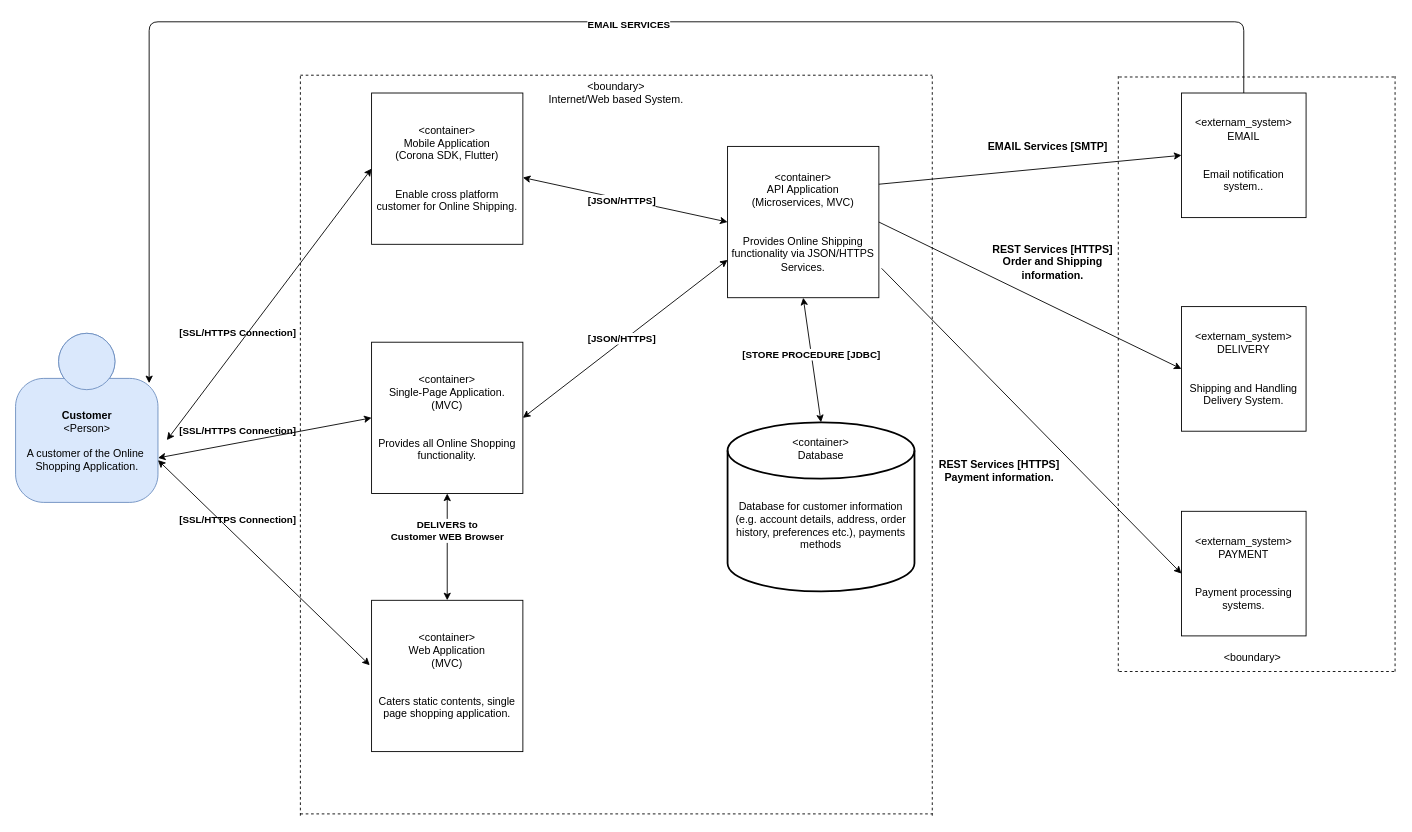
singhraju/DS keeps this draw.io diagram as project-final.drawio. Above is the earlier version. Source tidied: cells renumbered, new cells numbered last; positions are measured from the earlier drawing's top-left corner, leaving out a move shared by most shapes. Both pictures are drawn from the tidied source at 89%, with x=0, y=0 at pixel (15, 21).
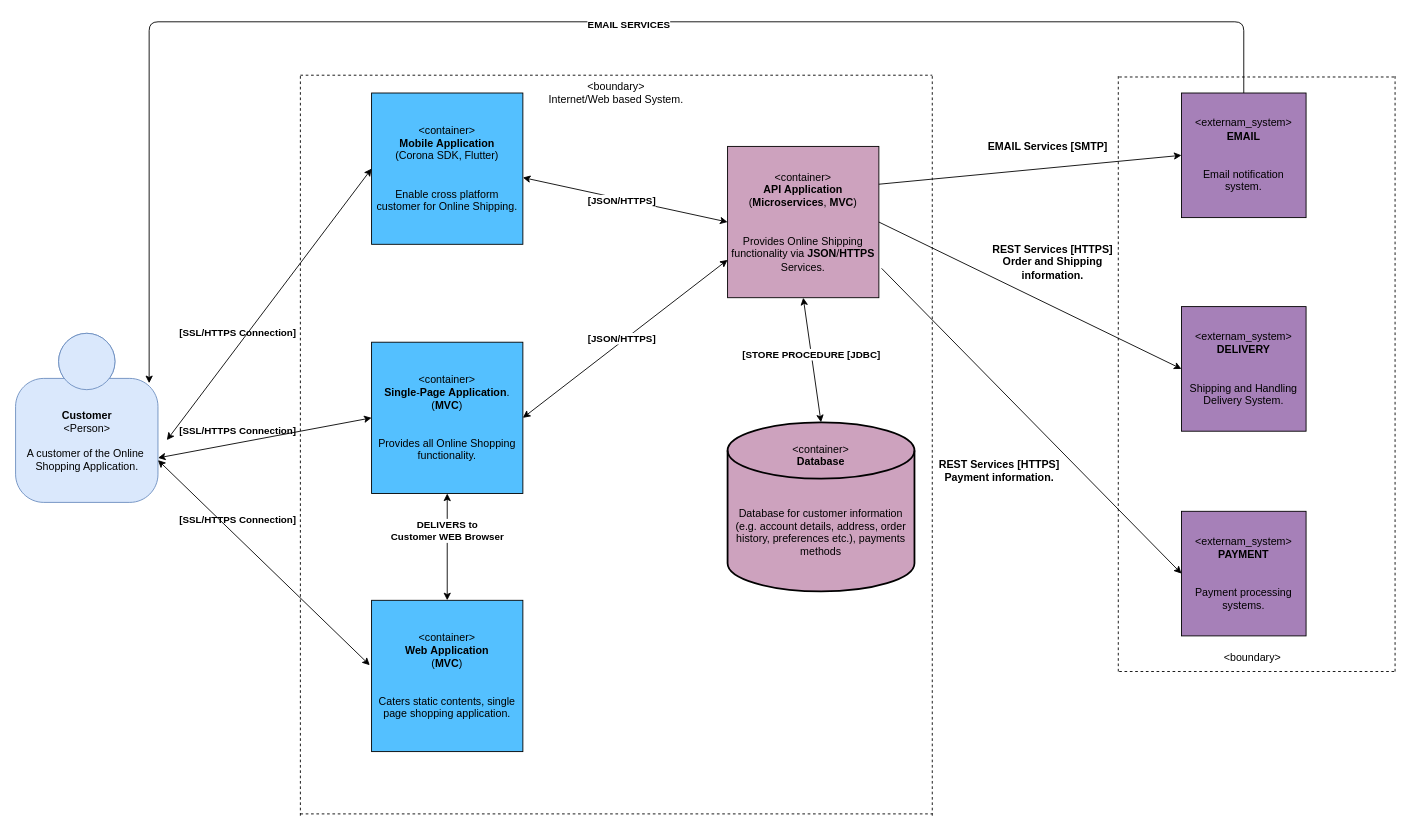
The same page after the edit.

Change to the diagram source:
```diff
@@
-    <mxCell id="3" value="&amp;lt;externam_system&amp;gt;&lt;br&gt;EMAIL&lt;br&gt;&lt;br&gt;&lt;br&gt;Email notification system.." style="whiteSpace=wrap;html=1;" parent="1" vertex="1">
+    <mxCell id="3" value="&amp;lt;externam_system&amp;gt;&lt;br&gt;&lt;b&gt;EMAIL&lt;/b&gt;&lt;br&gt;&lt;br&gt;&lt;br&gt;Email notification &lt;br&gt;system." style="whiteSpace=wrap;html=1;fillColor=#A680B8;" parent="1" vertex="1">
       <mxGeometry x="1310" y="80" width="140" height="140" as="geometry" />
     </mxCell>
-    <mxCell id="4" value="&amp;lt;externam_system&amp;gt;&lt;br&gt;DELIVERY&lt;br&gt;&lt;br&gt;&lt;br&gt;Shipping and Handling Delivery System." style="whiteSpace=wrap;html=1;" parent="1" vertex="1">
+    <mxCell id="4" value="&amp;lt;externam_system&amp;gt;&lt;br&gt;&lt;b&gt;DELIVERY&lt;/b&gt;&lt;br&gt;&lt;br&gt;&lt;br&gt;Shipping and Handling Delivery System." style="whiteSpace=wrap;html=1;fillColor=#A680B8;" parent="1" vertex="1">
       <mxGeometry x="1310" y="320" width="140" height="140" as="geometry" />
     </mxCell>
-    <mxCell id="5" value="&amp;lt;externam_system&amp;gt;&lt;br&gt;PAYMENT&lt;br&gt;&lt;br&gt;&lt;br&gt;Payment processing systems." style="whiteSpace=wrap;html=1;" parent="1" vertex="1">
+    <mxCell id="5" value="&amp;lt;externam_system&amp;gt;&lt;br&gt;&lt;b&gt;PAYMENT&lt;/b&gt;&lt;br&gt;&lt;br&gt;&lt;br&gt;Payment processing systems." style="whiteSpace=wrap;html=1;fillColor=#A680B8;" parent="1" vertex="1">
       <mxGeometry x="1310" y="550" width="140" height="140" as="geometry" />
     </mxCell>
-    <mxCell id="6" value="&amp;lt;container&amp;gt;&lt;br&gt;Web Application&lt;br&gt;(MVC)&lt;br&gt;&lt;br&gt;&lt;br&gt;Caters static contents, single page shopping application." style="whiteSpace=wrap;html=1;" parent="1" vertex="1">
+    <mxCell id="6" value="&amp;lt;container&amp;gt;&lt;br&gt;&lt;b&gt;Web&lt;/b&gt; &lt;b&gt;Application&lt;/b&gt;&lt;br&gt;(&lt;b&gt;MVC&lt;/b&gt;)&lt;br&gt;&lt;br&gt;&lt;br&gt;Caters static contents, single page shopping application." style="whiteSpace=wrap;html=1;fillColor=#54C0FF;" parent="1" vertex="1">
       <mxGeometry x="400" y="650" width="170" height="170" as="geometry" />
     </mxCell>
-    <mxCell id="7" value="&amp;lt;container&amp;gt;&lt;br&gt;Single-Page Application.&lt;br&gt;(MVC)&lt;br&gt;&lt;br&gt;&lt;br&gt;Provides all Online Shopping functionality." style="whiteSpace=wrap;html=1;" parent="1" vertex="1">
+    <mxCell id="7" value="&amp;lt;container&amp;gt;&lt;br&gt;&lt;b&gt;Single&lt;/b&gt;-&lt;b&gt;Page&lt;/b&gt; &lt;b&gt;Application&lt;/b&gt;.&lt;br&gt;(&lt;b&gt;MVC&lt;/b&gt;)&lt;br&gt;&lt;br&gt;&lt;br&gt;Provides all Online Shopping functionality." style="whiteSpace=wrap;html=1;fillColor=#54C0FF;" parent="1" vertex="1">
       <mxGeometry x="400" y="360" width="170" height="170" as="geometry" />
     </mxCell>
-    <mxCell id="8" value="&amp;lt;container&amp;gt;&lt;br&gt;Mobile Application&lt;br&gt;(Corona SDK, Flutter)&lt;br&gt;&lt;br&gt;&lt;br&gt;Enable cross platform customer for Online Shipping." style="whiteSpace=wrap;html=1;" parent="1" vertex="1">
+    <mxCell id="8" value="&amp;lt;container&amp;gt;&lt;br&gt;&lt;b&gt;Mobile&lt;/b&gt; &lt;b&gt;Application&lt;/b&gt;&lt;br&gt;(Corona SDK, Flutter)&lt;br&gt;&lt;br&gt;&lt;br&gt;Enable cross platform customer for Online Shipping." style="whiteSpace=wrap;html=1;fillColor=#54C0FF;" parent="1" vertex="1">
       <mxGeometry x="400" y="80" width="170" height="170" as="geometry" />
     </mxCell>
-    <mxCell id="9" value="&amp;lt;container&amp;gt;&lt;br&gt;Database&lt;br&gt;&lt;br&gt;&lt;br&gt;&lt;br&gt;Database for customer information (e.g. account details, address, order history, preferences etc.), payments methods&lt;br&gt;&lt;br&gt;&lt;br&gt;" style="strokeWidth=2;html=1;shape=mxgraph.flowchart.database;whiteSpace=wrap;" parent="1" vertex="1">
+    <mxCell id="9" value="&amp;lt;container&amp;gt;&lt;br&gt;&lt;b&gt;Database&lt;/b&gt;&lt;br&gt;&lt;br&gt;&lt;br&gt;&lt;br&gt;Database for customer information (e.g. account details, address, order history, preferences etc.), payments methods&lt;br&gt;&lt;br&gt;" style="strokeWidth=2;html=1;shape=mxgraph.flowchart.database;whiteSpace=wrap;fillColor=#CDA2BE;" parent="1" vertex="1">
       <mxGeometry x="800" y="450" width="210" height="190" as="geometry" />
     </mxCell>
-    <mxCell id="10" value="&amp;lt;container&amp;gt;&lt;br&gt;API Application&lt;br&gt;(Microservices, MVC)&lt;br&gt;&lt;br&gt;&lt;br&gt;Provides Online Shipping functionality via JSON/HTTPS Services." style="whiteSpace=wrap;html=1;" parent="1" vertex="1">
+    <mxCell id="10" value="&amp;lt;container&amp;gt;&lt;br&gt;&lt;b&gt;API&lt;/b&gt; &lt;b&gt;Application&lt;/b&gt;&lt;br&gt;(&lt;b&gt;Microservices&lt;/b&gt;, &lt;b&gt;MVC&lt;/b&gt;)&lt;br&gt;&lt;br&gt;&lt;br&gt;Provides Online Shipping functionality via &lt;b&gt;JSON&lt;/b&gt;/&lt;b&gt;HTTPS&lt;/b&gt; Services." style="whiteSpace=wrap;html=1;fillColor=#CDA2BE;" parent="1" vertex="1">
       <mxGeometry x="800" y="140" width="170" height="170" as="geometry" />
     </mxCell>
```
